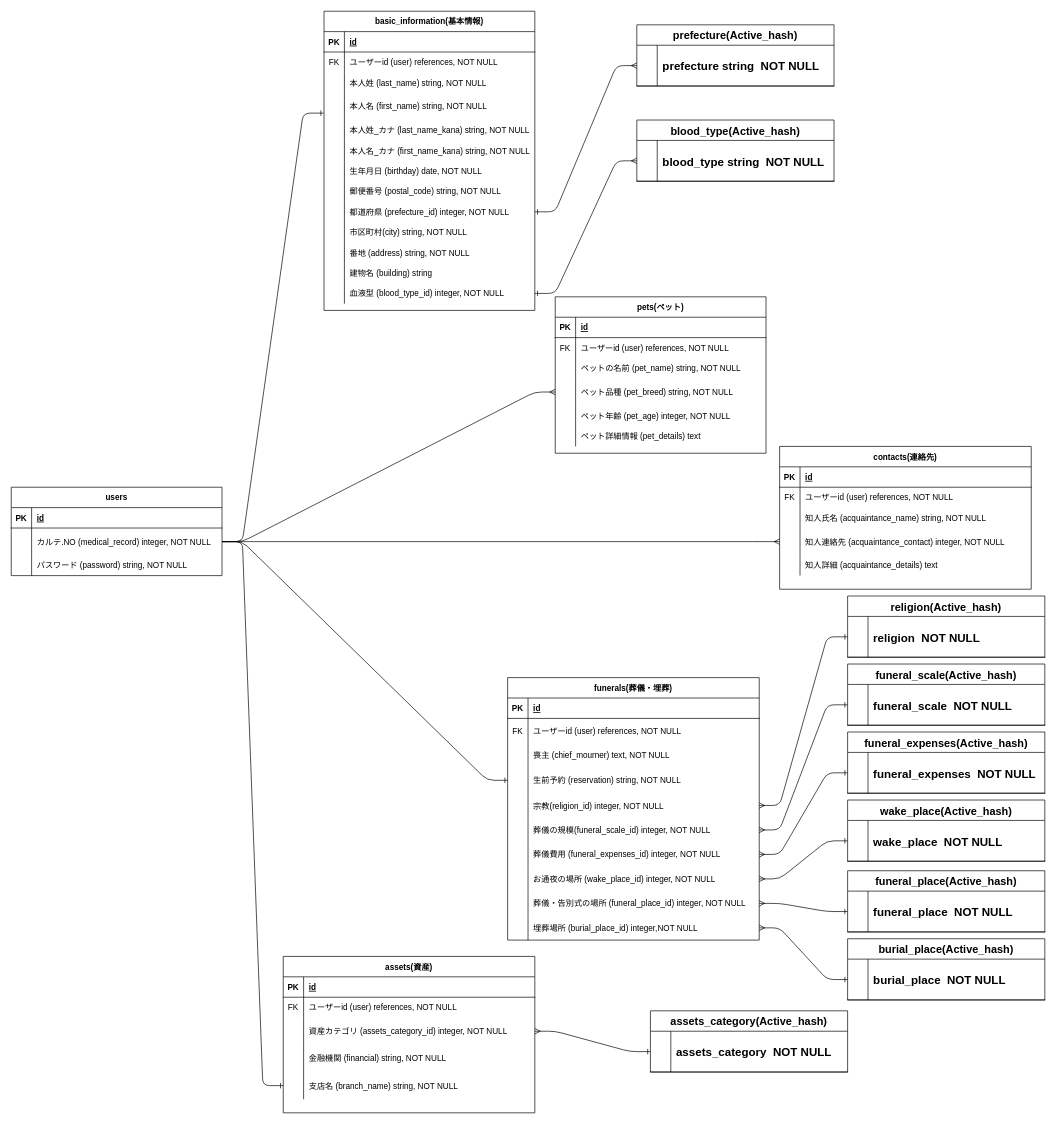
Above: ending.dio in sutogone/ending_note (draw.io), before the change. Source tidied: cells renumbered, new cells numbered last; positions are measured from the earlier drawing's top-left corner, leaving out a move shared by most shapes. Both pictures are drawn from the tidied source at 68%, with x=0, y=0 at pixel (11, 11).
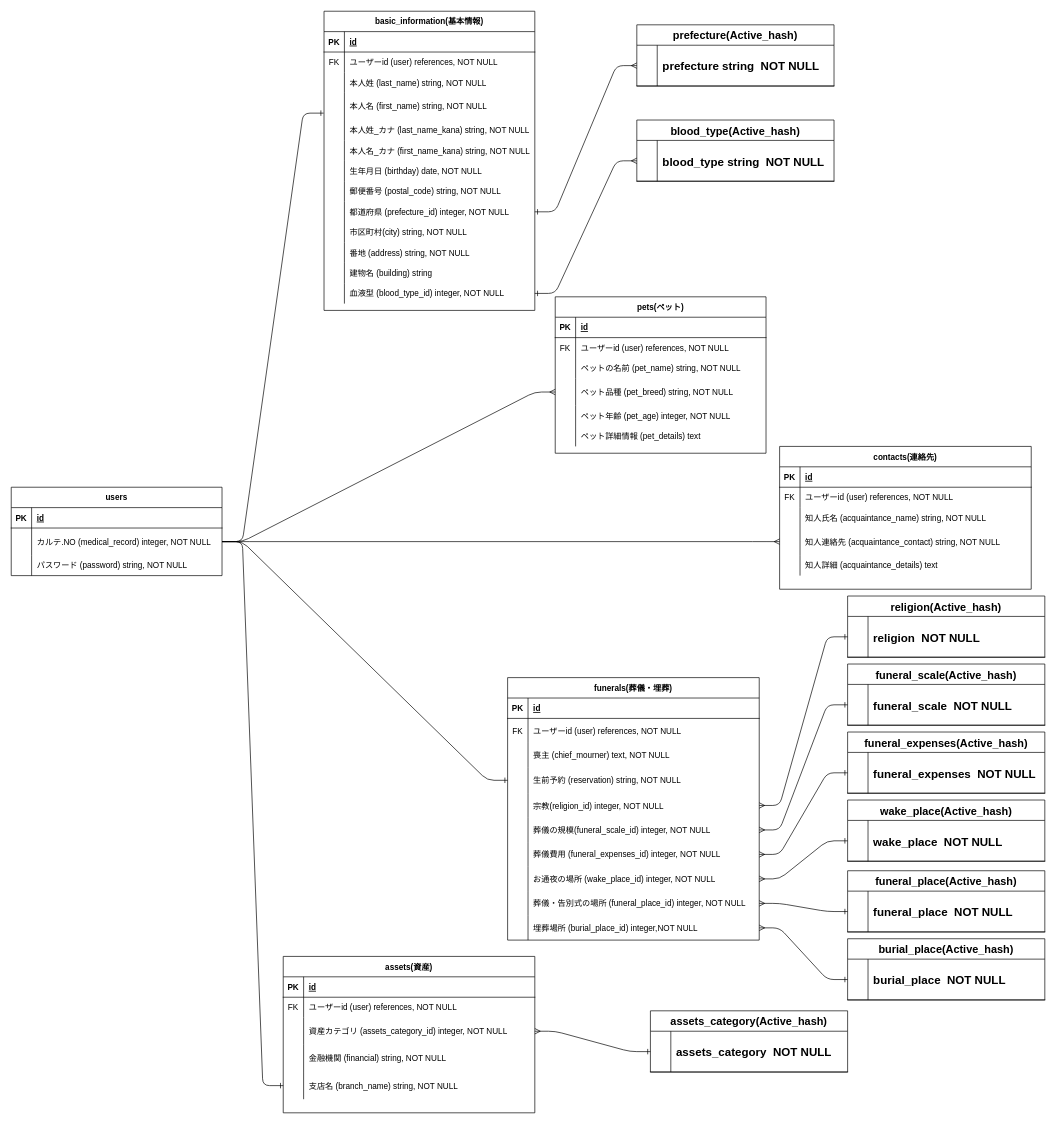
The same diagram, later.

Commit message (it also covers changes not shown here):
acquaintance_contactの型をstring型に変更

The change refers to these unchanged cells:
```xml
<mxCell id="71" style="shape=partialRectangle;fillColor=none;top=0;left=0;bottom=0;right=0;points=[[0,0.5],[1,0.5]];portConstraint=eastwest;" parent="61" vertex="1">
  <mxGeometry y="120" width="370" height="40" as="geometry" />
</mxCell>
```

Change to the diagram source:
```diff
@@
-    <mxCell id="73" value="知人連絡先 (acquaintance_contact) integer, NOT NULL" style="shape=partialRectangle;fillColor=none;top=0;left=0;bottom=0;right=0;align=left;spacingLeft=6;overflow=hidden;" parent="71" vertex="1">
+    <mxCell id="73" value="知人連絡先 (acquaintance_contact) string, NOT NULL" style="shape=partialRectangle;fillColor=none;top=0;left=0;bottom=0;right=0;align=left;spacingLeft=6;overflow=hidden;" parent="71" vertex="1">
       <mxGeometry x="30" width="340" height="40" as="geometry" />
     </mxCell>
```
